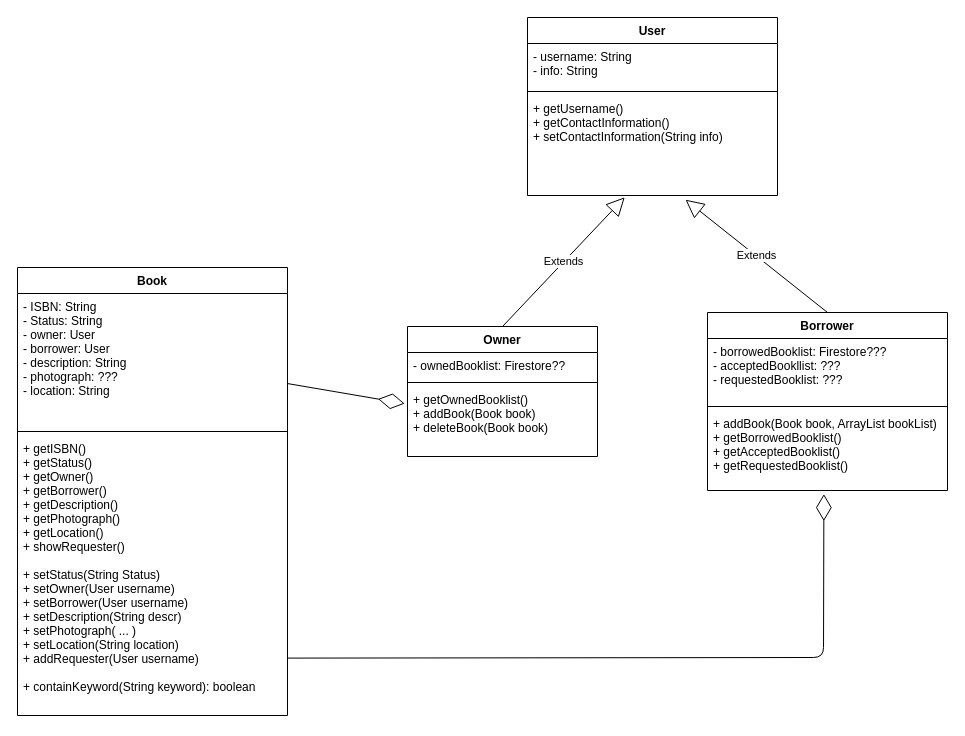
Before: doc/Project301.drawio in CMPUT301F20T32/BookIt, a draw.io diagram. Source tidied: cells renumbered, new cells numbered last; positions are measured from the earlier drawing's top-left corner, leaving out a move shared by most shapes. Both pictures are drawn from the tidied source at 100%, with x=0, y=0 at pixel (17, 17).
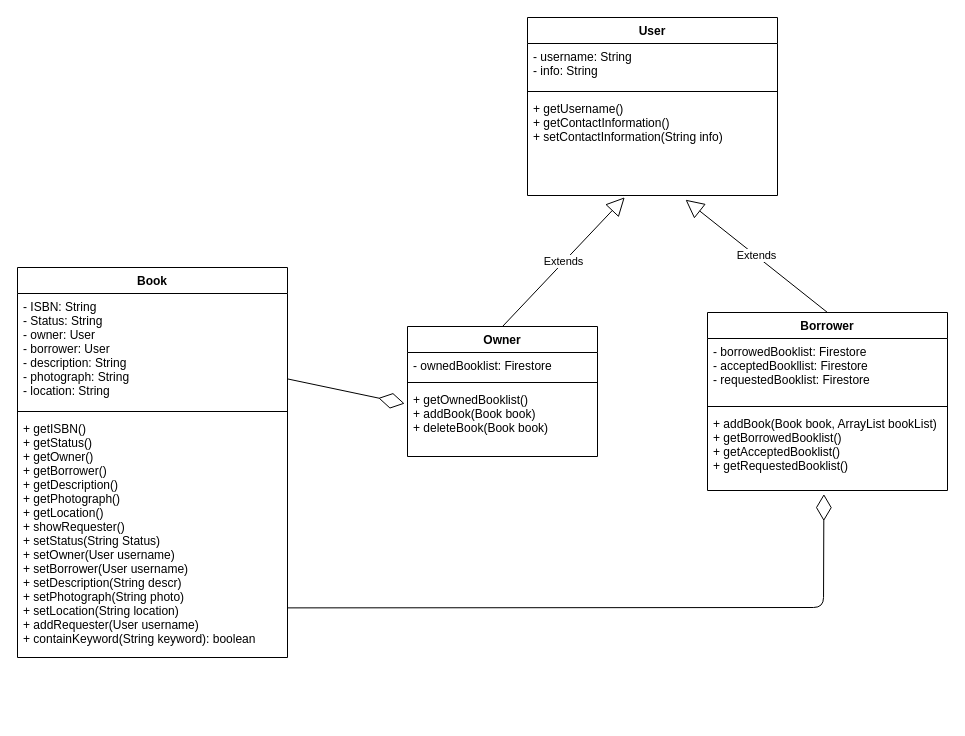
The same diagram, later.

The change refers to these unchanged cells:
```xml
<mxCell id="7" value="Borrower" style="swimlane;fontStyle=1;align=center;verticalAlign=top;horizontal=1;startSize=26;" parent="1" vertex="1">
  <mxGeometry x="690" y="295" width="240" height="178" as="geometry" />
</mxCell>
<mxCell id="10" value="+ addBook(Book book, ArrayList bookList)&#10;+ getBorrowedBooklist()&#10;+ getAcceptedBooklist()&#10;+ getRequestedBooklist()&#10;" style="text;strokeColor=none;fillColor=none;align=left;verticalAlign=top;spacingLeft=4;spacingRight=4;overflow=hidden;points=[[0,0.5],[1,0.5]];portConstraint=eastwest;" parent="7" vertex="1">
  <mxGeometry y="98" width="240" height="80" as="geometry" />
</mxCell>
<mxCell id="17" value="Owner" style="swimlane;fontStyle=1;align=center;verticalAlign=top;horizontal=1;startSize=26;" parent="1" vertex="1">
  <mxGeometry x="390" y="309" width="190" height="130" as="geometry" />
</mxCell>
```

What changed in the source:
```diff
@@
-    <mxCell id="8" value="- borrowedBooklist: Firestore???&#10;- acceptedBookllist: ???&#10;- requestedBooklist: ???" style="text;strokeColor=none;fillColor=none;align=left;verticalAlign=top;spacingLeft=4;spacingRight=4;overflow=hidden;" parent="7" vertex="1">
+    <mxCell id="8" value="- borrowedBooklist: Firestore&#10;- acceptedBookllist: Firestore&#10;- requestedBooklist: Firestore" style="text;strokeColor=none;fillColor=none;align=left;verticalAlign=top;spacingLeft=4;spacingRight=4;overflow=hidden;" parent="7" vertex="1">
       <mxGeometry y="26" width="240" height="64" as="geometry" />
     </mxCell>
@@
     <mxCell id="13" value="Book" style="swimlane;fontStyle=1;align=center;verticalAlign=top;horizontal=1;startSize=26;" parent="1" vertex="1">
-      <mxGeometry y="250" width="270" height="448" as="geometry" />
+      <mxGeometry y="250" width="270" height="390" as="geometry" />
     </mxCell>
-    <mxCell id="14" value="- ISBN: String&#10;- Status: String&#10;- owner: User&#10;- borrower: User&#10;- description: String&#10;- photograph: ???&#10;- location: String&#10;" style="text;strokeColor=none;fillColor=none;align=left;verticalAlign=top;spacingLeft=4;spacingRight=4;overflow=hidden;points=[[0,0.5],[1,0.5]];portConstraint=eastwest;" parent="13" vertex="1">
-      <mxGeometry y="26" width="270" height="134" as="geometry" />
+    <mxCell id="14" value="- ISBN: String&#10;- Status: String&#10;- owner: User&#10;- borrower: User&#10;- description: String&#10;- photograph: String&#10;- location: String&#10;" style="text;strokeColor=none;fillColor=none;align=left;verticalAlign=top;spacingLeft=4;spacingRight=4;overflow=hidden;points=[[0,0.5],[1,0.5]];portConstraint=eastwest;" parent="13" vertex="1">
+      <mxGeometry y="26" width="270" height="114" as="geometry" />
     </mxCell>
     <mxCell id="15" style="line;strokeWidth=1;fillColor=none;align=left;verticalAlign=middle;spacingTop=-1;spacingLeft=3;spacingRight=3;labelPosition=right;" parent="13" vertex="1">
-      <mxGeometry y="160" width="270" height="8" as="geometry" />
+      <mxGeometry y="140" width="270" height="8" as="geometry" />
     </mxCell>
-    <mxCell id="16" value="+ getISBN()&#10;+ getStatus()&#10;+ getOwner()&#10;+ getBorrower()&#10;+ getDescription()&#10;+ getPhotograph()&#10;+ getLocation()&#10;+ showRequester()&#10;&#10;+ setStatus(String Status)&#10;+ setOwner(User username)&#10;+ setBorrower(User username)&#10;+ setDescription(String descr)&#10;+ setPhotograph( ... )&#10;+ setLocation(String location)&#10;+ addRequester(User username)&#10;&#10;+ containKeyword(String keyword): boolean" style="text;strokeColor=none;fillColor=none;align=left;verticalAlign=top;spacingLeft=4;spacingRight=4;overflow=hidden;points=[[0,0.5],[1,0.5]];portConstraint=eastwest;" parent="13" vertex="1">
-      <mxGeometry y="168" width="270" height="280" as="geometry" />
+    <mxCell id="16" value="+ getISBN()&#10;+ getStatus()&#10;+ getOwner()&#10;+ getBorrower()&#10;+ getDescription()&#10;+ getPhotograph()&#10;+ getLocation()&#10;+ showRequester()&#10;+ setStatus(String Status)&#10;+ setOwner(User username)&#10;+ setBorrower(User username)&#10;+ setDescription(String descr)&#10;+ setPhotograph(String photo)&#10;+ setLocation(String location)&#10;+ addRequester(User username)&#10;+ containKeyword(String keyword): boolean" style="text;strokeColor=none;fillColor=none;align=left;verticalAlign=top;spacingLeft=4;spacingRight=4;overflow=hidden;points=[[0,0.5],[1,0.5]];portConstraint=eastwest;" parent="13" vertex="1">
+      <mxGeometry y="148" width="270" height="242" as="geometry" />
     </mxCell>
@@
-    <mxCell id="18" value="- ownedBooklist: Firestore??" style="text;strokeColor=none;fillColor=none;align=left;verticalAlign=top;spacingLeft=4;spacingRight=4;overflow=hidden;" parent="17" vertex="1">
+    <mxCell id="18" value="- ownedBooklist: Firestore" style="text;strokeColor=none;fillColor=none;align=left;verticalAlign=top;spacingLeft=4;spacingRight=4;overflow=hidden;" parent="17" vertex="1">
       <mxGeometry y="26" width="190" height="26" as="geometry" />
     </mxCell>
@@
     <mxCell id="21" style="endArrow=diamondThin;endFill=0;endSize=24;html=1;entryX=0.485;entryY=1.045;entryDx=0;entryDy=0;entryPerimeter=0;exitX=0.999;exitY=0.795;exitDx=0;exitDy=0;exitPerimeter=0;" parent="1" edge="1" source="16" target="10">
       <mxGeometry relative="1" as="geometry">
         <Array as="points">
-          <mxPoint x="806" y="640" />
+          <mxPoint x="806" y="590" />
         </Array>
       </mxGeometry>
     </mxCell>
```
